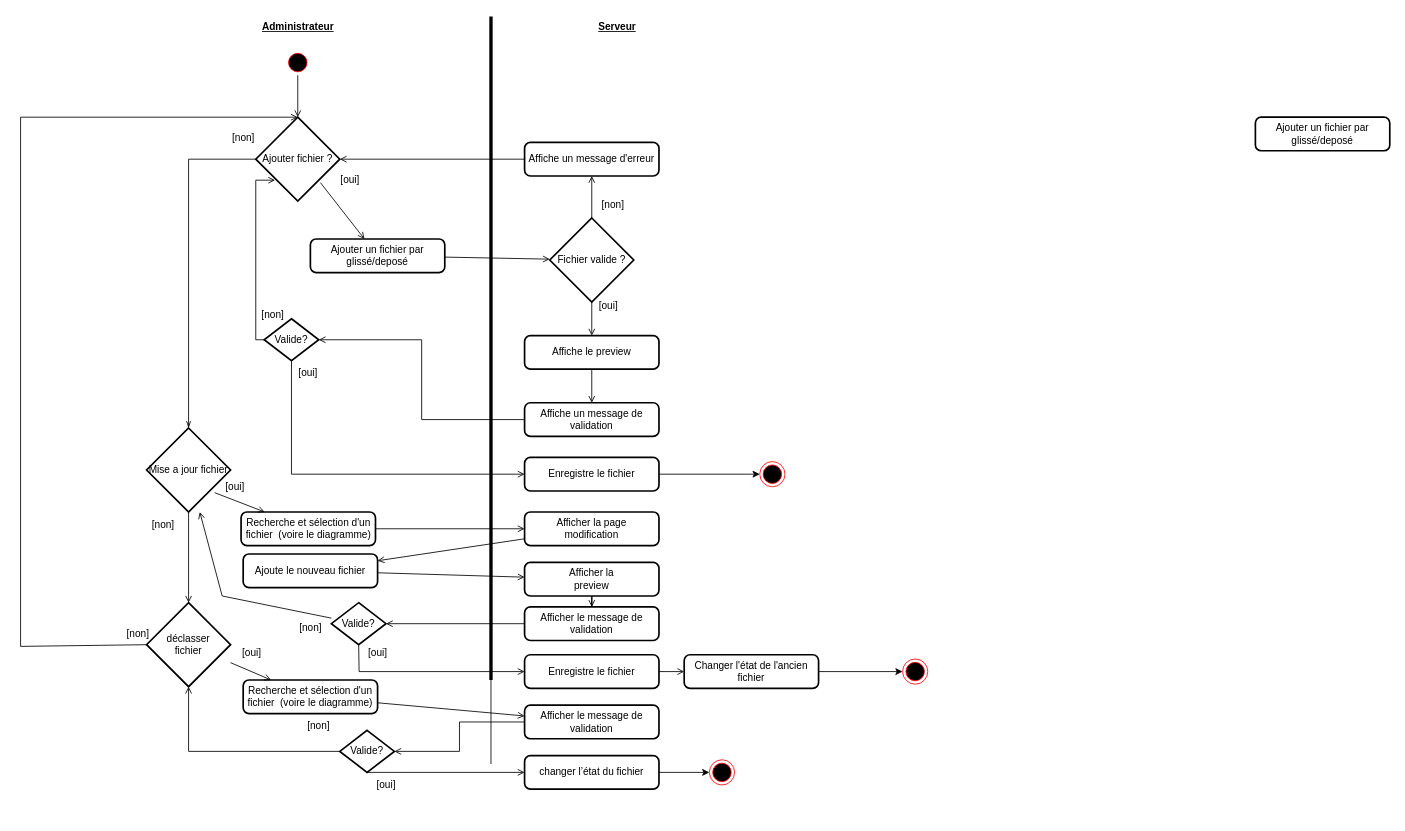
Nathan-Etave/Hades keeps this draw.io diagram as page "diagramme gestion fichier" (5 of 5) of docs/UML.drawio. Above is the earlier version. Source tidied: cells renumbered, new cells numbered last; positions are measured from the earlier drawing's top-left corner, leaving out a move shared by most shapes. Both pictures are drawn from the tidied source at 84%, with x=0, y=0 at pixel (20, 14).
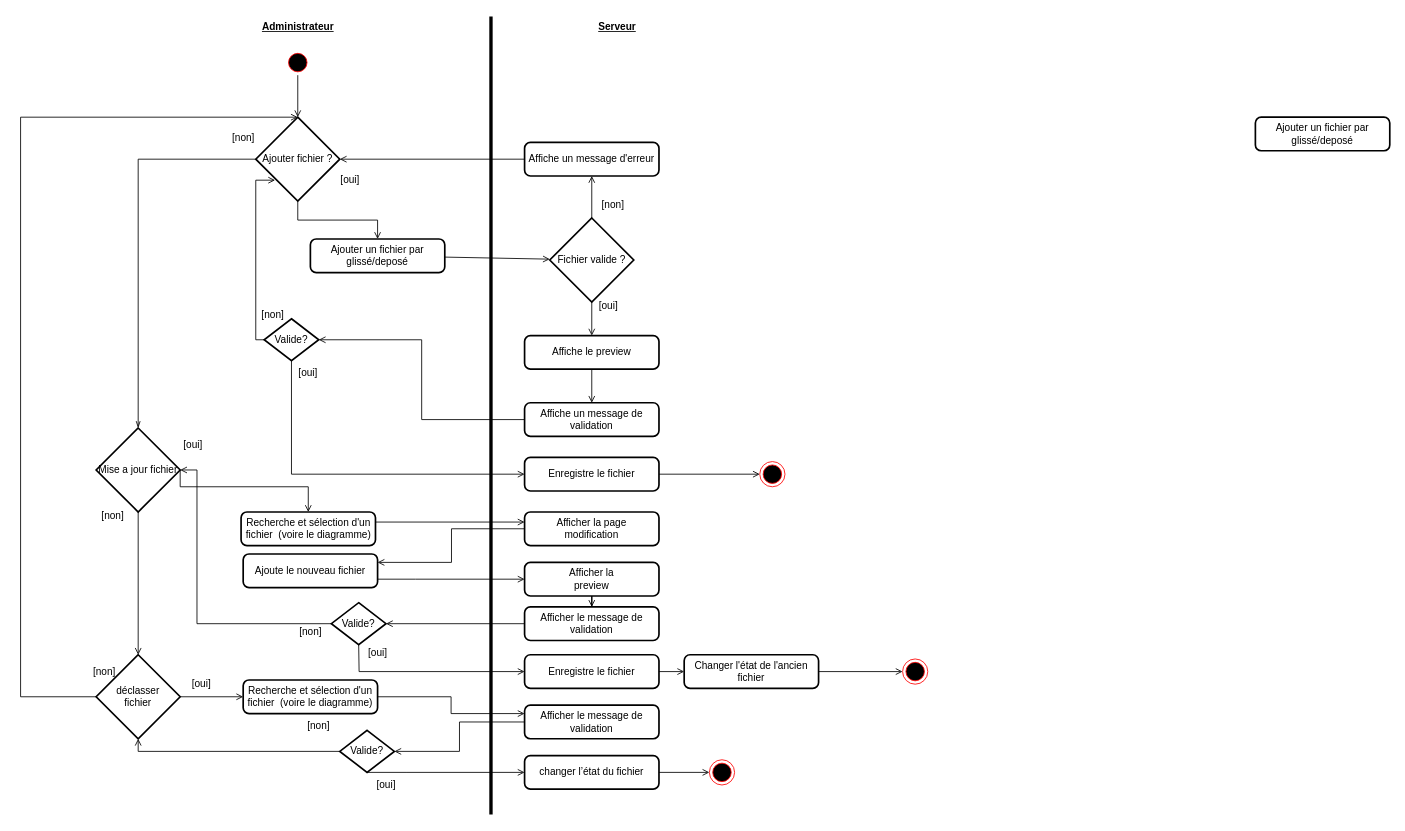
The same diagram, later.

Unchanged cells that the change refers to:
```xml
<mxCell id="6" value="Ajouter fichier ?" style="strokeWidth=2;html=1;shape=mxgraph.flowchart.decision;whiteSpace=wrap;" parent="1" vertex="1">
  <mxGeometry x="280" y="122" width="100" height="100" as="geometry" />
</mxCell>
<mxCell id="9" value="Ajouter un fichier par glissé/deposé" style="rounded=1;whiteSpace=wrap;html=1;absoluteArcSize=1;arcSize=14;strokeWidth=2;" parent="1" vertex="1">
  <mxGeometry x="345" y="267" width="160" height="40" as="geometry" />
</mxCell>
<mxCell id="39" value="Enregistre le fichier" style="rounded=1;whiteSpace=wrap;html=1;absoluteArcSize=1;arcSize=14;strokeWidth=2;" parent="1" vertex="1">
  <mxGeometry x="600" y="527" width="160" height="40" as="geometry" />
</mxCell>
<mxCell id="40" style="ellipse;html=1;shape=endState;fillColor=#000000;strokeColor=#ff0000;" parent="1" vertex="1">
  <mxGeometry x="820" y="887" width="30" height="30" as="geometry" />
</mxCell>
<mxCell id="41" style="ellipse;html=1;shape=endState;fillColor=#000000;strokeColor=#ff0000;" parent="1" vertex="1">
  <mxGeometry x="880" y="532" width="30" height="30" as="geometry" />
</mxCell>
<mxCell id="42" style="ellipse;html=1;shape=endState;fillColor=#000000;strokeColor=#ff0000;" parent="1" vertex="1">
  <mxGeometry x="1050" y="767" width="30" height="30" as="geometry" />
</mxCell>
<mxCell id="46" value="&lt;div&gt;Afficher la page&lt;/div&gt;&lt;div&gt;modification&lt;/div&gt;" style="rounded=1;whiteSpace=wrap;html=1;absoluteArcSize=1;arcSize=14;strokeWidth=2;" parent="1" vertex="1">
  <mxGeometry x="600" y="592" width="160" height="40" as="geometry" />
</mxCell>
<mxCell id="47" value="Recherche et sélection d'un fichier&amp;nbsp; (voire le diagramme)" style="rounded=1;whiteSpace=wrap;html=1;absoluteArcSize=1;arcSize=14;strokeWidth=2;" parent="1" vertex="1">
  <mxGeometry x="262.5" y="592" width="160" height="40" as="geometry" />
</mxCell>
<mxCell id="49" value="&lt;div&gt;Afficher la&lt;/div&gt;&lt;div&gt;preview&lt;br&gt;&lt;/div&gt;" style="rounded=1;whiteSpace=wrap;html=1;absoluteArcSize=1;arcSize=14;strokeWidth=2;" parent="1" vertex="1">
  <mxGeometry x="600" y="652" width="160" height="40" as="geometry" />
</mxCell>
<mxCell id="56" value="Changer l'état de l'ancien fichier" style="rounded=1;whiteSpace=wrap;html=1;absoluteArcSize=1;arcSize=14;strokeWidth=2;" parent="1" vertex="1">
  <mxGeometry x="790" y="762" width="160" height="40" as="geometry" />
</mxCell>
<mxCell id="59" value="Ajoute le nouveau fichier " style="rounded=1;whiteSpace=wrap;html=1;absoluteArcSize=1;arcSize=14;strokeWidth=2;" parent="1" vertex="1">
  <mxGeometry x="265" y="642" width="160" height="40" as="geometry" />
</mxCell>
<mxCell id="60" value="&lt;div&gt;Afficher le message de&lt;/div&gt;&lt;div&gt;validation&lt;br&gt;&lt;/div&gt;" style="rounded=1;whiteSpace=wrap;html=1;absoluteArcSize=1;arcSize=14;strokeWidth=2;" parent="1" vertex="1">
  <mxGeometry x="600" y="822" width="160" height="40" as="geometry" />
</mxCell>
<mxCell id="63" value="changer l’état du fichier" style="rounded=1;whiteSpace=wrap;html=1;absoluteArcSize=1;arcSize=14;strokeWidth=2;" parent="1" vertex="1">
  <mxGeometry x="600" y="882" width="160" height="40" as="geometry" />
</mxCell>
<mxCell id="64" value="Valide?" style="strokeWidth=2;html=1;shape=mxgraph.flowchart.decision;whiteSpace=wrap;" parent="1" vertex="1">
  <mxGeometry x="370" y="700" width="65" height="50" as="geometry" />
</mxCell>
<mxCell id="68" value="Valide?" style="strokeWidth=2;html=1;shape=mxgraph.flowchart.decision;whiteSpace=wrap;" parent="1" vertex="1">
  <mxGeometry x="380" y="852" width="65" height="50" as="geometry" />
</mxCell>
<mxCell id="76" value="Recherche et sélection d'un fichier&amp;nbsp; (voire le diagramme)" style="rounded=1;whiteSpace=wrap;html=1;absoluteArcSize=1;arcSize=14;strokeWidth=2;" parent="1" vertex="1">
  <mxGeometry x="265" y="792" width="160" height="40" as="geometry" />
</mxCell>
```

What changed in the source:
```diff
@@
     <mxCell id="3" style="endArrow=none;html=1;rounded=0;strokeWidth=4;" parent="1" edge="1">
       <mxGeometry relative="1" as="geometry">
-        <mxPoint x="560" y="792" as="sourcePoint" />
+        <mxPoint x="560" y="952" as="sourcePoint" />
         <mxPoint x="560" y="2" as="targetPoint" />
       </mxGeometry>
     </mxCell>
@@
+    <mxCell id="11" style="edgeStyle=orthogonalEdgeStyle;rounded=0;jettySize=auto;html=1;endArrow=open;endFill=0;" parent="1" edge="1" source="6" target="9">
+      <mxGeometry relative="1" as="geometry" />
+    </mxCell>
@@
-    <mxCell id="11" style="endArrow=open;html=1;rounded=0;endFill=0;exitX=0.77;exitY=0.78;exitDx=0;exitDy=0;exitPerimeter=0;" parent="1" edge="1" source="6" target="9">
-      <mxGeometry relative="1" as="geometry" />
-    </mxCell>
@@
     <mxCell id="15" style="endArrow=openThin;html=1;rounded=0;entryX=0.5;entryY=0;entryDx=0;entryDy=0;entryPerimeter=0;endFill=0;" parent="1" edge="1" target="17">
       <mxGeometry relative="1" as="geometry">
-        <mxPoint x="200" y="172" as="sourcePoint" />
+        <mxPoint x="140" y="172" as="sourcePoint" />
       </mxGeometry>
     </mxCell>
@@
+    <mxCell id="53" style="edgeStyle=orthogonalEdgeStyle;rounded=0;jettySize=auto;html=1;exitX=1;exitY=0.5;exitDx=0;exitDy=0;exitPerimeter=0;entryX=0.5;entryY=0;entryDx=0;entryDy=0;endArrow=open;endFill=0;" parent="1" edge="1" source="17" target="47">
+      <mxGeometry relative="1" as="geometry">
+        <Array as="points">
+          <mxPoint x="190" y="562" />
+          <mxPoint x="342" y="562" />
+        </Array>
+      </mxGeometry>
+    </mxCell>
     <mxCell id="17" value="Mise a jour fichier" style="strokeWidth=2;html=1;shape=mxgraph.flowchart.decision;whiteSpace=wrap;" parent="1" vertex="1">
-      <mxGeometry x="150" y="492" width="100" height="100" as="geometry" />
+      <mxGeometry x="90" y="492" width="100" height="100" as="geometry" />
     </mxCell>
@@
     <mxCell id="20" style="endArrow=none;html=1;rounded=0;entryX=0;entryY=0.5;entryDx=0;entryDy=0;entryPerimeter=0;" parent="1" edge="1" target="6">
       <mxGeometry relative="1" as="geometry">
-        <mxPoint x="200" y="172" as="sourcePoint" />
+        <mxPoint x="140" y="172" as="sourcePoint" />
       </mxGeometry>
     </mxCell>
@@
     <mxCell id="27" value="&lt;div&gt;déclasser &lt;br&gt;&lt;/div&gt;&lt;div&gt;fichier&lt;br&gt;&lt;/div&gt;" style="strokeWidth=2;html=1;shape=mxgraph.flowchart.decision;whiteSpace=wrap;" parent="1" vertex="1">
-      <mxGeometry x="150" y="700" width="100" height="100" as="geometry" />
+      <mxGeometry x="90" y="762" width="100" height="100" as="geometry" />
     </mxCell>
     <mxCell id="28" style="endArrow=none;html=1;rounded=0;entryX=0;entryY=0.5;entryDx=0;entryDy=0;entryPerimeter=0;" parent="1" edge="1" target="27">
       <mxGeometry relative="1" as="geometry">
-        <mxPoint y="752" as="sourcePoint" />
+        <mxPoint y="812" as="sourcePoint" />
       </mxGeometry>
     </mxCell>
     <mxCell id="29" style="endArrow=none;html=1;rounded=0;" parent="1" edge="1">
       <mxGeometry relative="1" as="geometry">
-        <mxPoint y="752" as="sourcePoint" />
+        <mxPoint y="812" as="sourcePoint" />
         <mxPoint y="122" as="targetPoint" />
       </mxGeometry>
     </mxCell>
@@
     <mxCell id="33" value="[non]" style="text;html=1;strokeColor=none;fillColor=none;align=center;verticalAlign=middle;whiteSpace=wrap;rounded=0;" parent="1" vertex="1">
-      <mxGeometry x="140" y="592" width="60" height="30" as="geometry" />
+      <mxGeometry x="80" y="582" width="60" height="30" as="geometry" />
     </mxCell>
     <mxCell id="34" value="[non]" style="text;html=1;strokeColor=none;fillColor=none;align=center;verticalAlign=middle;whiteSpace=wrap;rounded=0;" parent="1" vertex="1">
-      <mxGeometry x="110" y="722" width="60" height="30" as="geometry" />
+      <mxGeometry x="70" y="767" width="60" height="30" as="geometry" />
     </mxCell>
@@
-    <mxCell id="38" style="edgeStyle=orthogonalEdgeStyle;rounded=0;jettySize=auto;html=1;entryX=0;entryY=0.5;entryDx=0;entryDy=0;" parent="1" edge="1" source="39" target="41">
+    <mxCell id="38" style="edgeStyle=orthogonalEdgeStyle;rounded=0;jettySize=auto;html=1;entryX=0;entryY=0.5;entryDx=0;entryDy=0;endArrow=open;endFill=0;" parent="1" edge="1" source="39" target="41">
       <mxGeometry relative="1" as="geometry" />
     </mxCell>
@@
+    <mxCell id="61" style="edgeStyle=orthogonalEdgeStyle;rounded=0;jettySize=auto;html=1;exitX=0;exitY=0.5;exitDx=0;exitDy=0;entryX=1;entryY=0.25;entryDx=0;entryDy=0;endArrow=open;endFill=0;" parent="1" edge="1" source="46" target="59">
+      <mxGeometry relative="1" as="geometry">
+        <Array as="points">
+          <mxPoint x="513" y="612" />
+          <mxPoint x="513" y="652" />
+        </Array>
+      </mxGeometry>
+    </mxCell>
@@
     <mxCell id="50" value="[non]" style="text;html=1;align=center;verticalAlign=middle;strokeColor=none;fillColor=none;" parent="1" vertex="1">
-      <mxGeometry x="320" y="715" width="50" height="30" as="geometry" />
+      <mxGeometry x="320" y="720" width="50" height="30" as="geometry" />
     </mxCell>
     <mxCell id="51" value="[oui]" style="text;html=1;align=center;verticalAlign=middle;strokeColor=none;fillColor=none;" parent="1" vertex="1">
-      <mxGeometry x="230" y="547" width="50" height="30" as="geometry" />
+      <mxGeometry x="180" y="497" width="50" height="30" as="geometry" />
     </mxCell>
@@
-    <mxCell id="53" style="endArrow=open;html=1;rounded=0;endFill=0;exitX=0.81;exitY=0.77;exitDx=0;exitDy=0;exitPerimeter=0;" parent="1" edge="1" source="17" target="47">
-      <mxGeometry relative="1" as="geometry" />
-    </mxCell>
@@
-    <mxCell id="57" style="endArrow=classic;html=1;rounded=0;exitX=1;exitY=0.5;exitDx=0;exitDy=0;entryX=0;entryY=0.5;entryDx=0;entryDy=0;" parent="1" edge="1" source="56" target="42">
+    <mxCell id="57" style="endArrow=open;html=1;rounded=0;exitX=1;exitY=0.5;exitDx=0;exitDy=0;entryX=0;entryY=0.5;entryDx=0;entryDy=0;endFill=0;" parent="1" edge="1" source="56" target="42">
       <mxGeometry relative="1" as="geometry" />
     </mxCell>
-    <mxCell id="58" style="endArrow=open;html=1;rounded=0;endFill=0;" parent="1" edge="1" source="47" target="46">
-      <mxGeometry relative="1" as="geometry" />
+    <mxCell id="58" style="endArrow=open;html=1;rounded=0;endFill=0;" parent="1" edge="1">
+      <mxGeometry relative="1" as="geometry">
+        <mxPoint x="422.5" y="604" as="sourcePoint" />
+        <mxPoint x="600" y="604" as="targetPoint" />
+      </mxGeometry>
     </mxCell>
+    <mxCell id="62" style="edgeStyle=orthogonalEdgeStyle;rounded=0;jettySize=auto;html=1;entryX=0;entryY=0.5;entryDx=0;entryDy=0;endArrow=open;endFill=0;" parent="1" edge="1" source="59" target="49">
+      <mxGeometry relative="1" as="geometry">
+        <Array as="points">
+          <mxPoint x="470" y="672" />
+          <mxPoint x="470" y="672" />
+        </Array>
+      </mxGeometry>
+    </mxCell>
@@
-    <mxCell id="61" style="endArrow=open;html=1;rounded=0;endFill=0;" parent="1" edge="1" source="46" target="59">
-      <mxGeometry relative="1" as="geometry" />
-    </mxCell>
-    <mxCell id="62" style="endArrow=open;html=1;rounded=0;endFill=0;" parent="1" edge="1" source="59" target="49">
-      <mxGeometry relative="1" as="geometry" />
-    </mxCell>
@@
+    <mxCell id="80" style="edgeStyle=orthogonalEdgeStyle;rounded=0;jettySize=auto;html=1;exitX=0;exitY=0.5;exitDx=0;exitDy=0;exitPerimeter=0;endArrow=open;endFill=0;" parent="1" edge="1" source="64">
+      <mxGeometry relative="1" as="geometry">
+        <mxPoint x="190" y="542" as="targetPoint" />
+        <Array as="points">
+          <mxPoint x="210" y="725" />
+          <mxPoint x="210" y="542" />
+        </Array>
+      </mxGeometry>
+    </mxCell>
@@
-    <mxCell id="69" style="edgeStyle=orthogonalEdgeStyle;rounded=0;jettySize=auto;html=1;entryX=0;entryY=0.5;entryDx=0;entryDy=0;" parent="1" edge="1" source="63" target="40">
+    <mxCell id="69" style="edgeStyle=orthogonalEdgeStyle;rounded=0;jettySize=auto;html=1;entryX=0;entryY=0.5;entryDx=0;entryDy=0;endArrow=open;endFill=0;" parent="1" edge="1" source="63" target="40">
       <mxGeometry relative="1" as="geometry" />
     </mxCell>
@@
-    <mxCell id="74" style="endArrow=open;html=1;rounded=0;endFill=0;" parent="1" edge="1" source="64" target="17">
-      <mxGeometry relative="1" as="geometry">
-        <Array as="points">
-          <mxPoint x="240" y="692" />
-        </Array>
-      </mxGeometry>
-    </mxCell>
     <mxCell id="75" style="edgeStyle=orthogonalEdgeStyle;rounded=0;jettySize=auto;html=1;entryX=0.5;entryY=1;entryDx=0;entryDy=0;entryPerimeter=0;endArrow=open;endFill=0;" parent="1" edge="1" source="68" target="27">
-      <mxGeometry relative="1" as="geometry" />
+      <mxGeometry relative="1" as="geometry">
+        <Array as="points">
+          <mxPoint x="140" y="877" />
+        </Array>
+      </mxGeometry>
     </mxCell>
+    <mxCell id="78" style="edgeStyle=orthogonalEdgeStyle;rounded=0;jettySize=auto;html=1;entryX=0;entryY=0.25;entryDx=0;entryDy=0;endArrow=open;endFill=0;" parent="1" edge="1" source="76" target="60">
+      <mxGeometry relative="1" as="geometry" />
+    </mxCell>
@@
-    <mxCell id="78" style="endArrow=open;html=1;rounded=0;endFill=0;" parent="1" edge="1" source="76" target="60">
-      <mxGeometry relative="1" as="geometry" />
-    </mxCell>
     <mxCell id="79" value="[oui]" style="text;html=1;align=center;verticalAlign=middle;strokeColor=none;fillColor=none;" parent="1" vertex="1">
-      <mxGeometry x="250" y="745" width="50" height="30" as="geometry" />
+      <mxGeometry x="190" y="782" width="50" height="30" as="geometry" />
     </mxCell>
```
